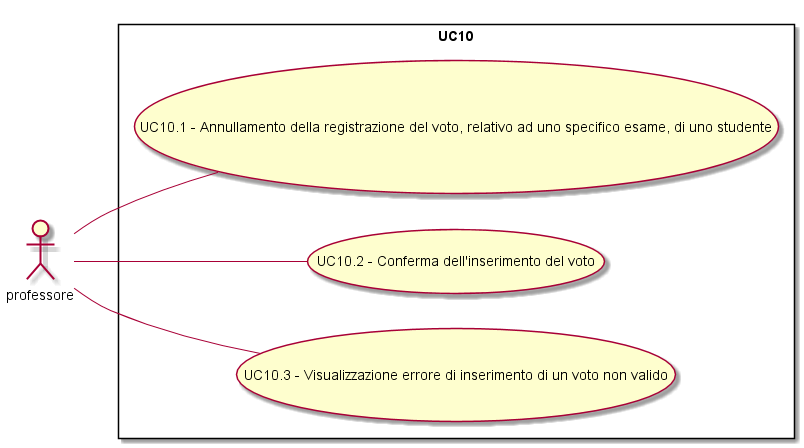
Before: Analisi dei requisiti/img/UC10.png, a diagram exported from PlantUML (SOS-SonsOfSwe/Marvin).
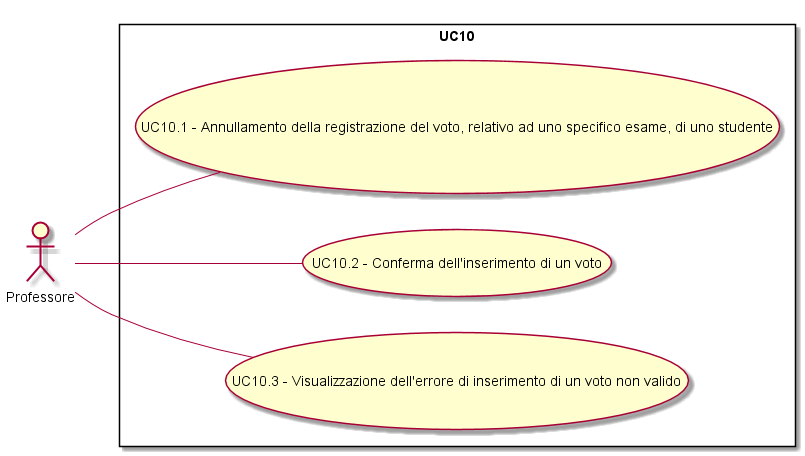
Above is the later version.

The edit, as a diff of the source:
```diff
@@ -1,10 +1,10 @@
 @startuml
 left to right direction
 skinparam packageStyle rectangle
-actor professore
+actor Professore
 rectangle UC10 {
-professore -- (UC10.1 - Annullamento della registrazione del voto, relativo ad uno specifico esame, di uno studente)
-professore -- (UC10.2 - Conferma dell'inserimento del voto)
-professore -- (UC10.3 - Visualizzazione errore di inserimento di un voto non valido)
+Professore -- (UC10.1 - Annullamento della registrazione del voto, relativo ad uno specifico esame, di uno studente)
+Professore -- (UC10.2 - Conferma dell'inserimento di un voto)
+Professore -- (UC10.3 - Visualizzazione dell'errore di inserimento di un voto non valido)
 }
 @enduml
```
